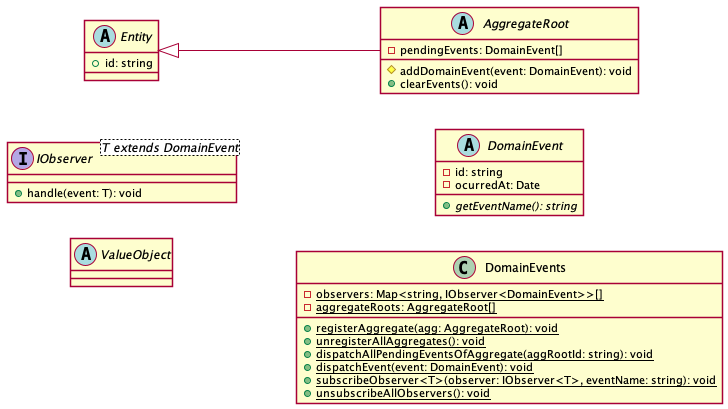
brpapa/lazarus keeps this PlantUML diagram as docs/diagrams/out/system_server_shared-module_domain.png. Above is the earlier version.
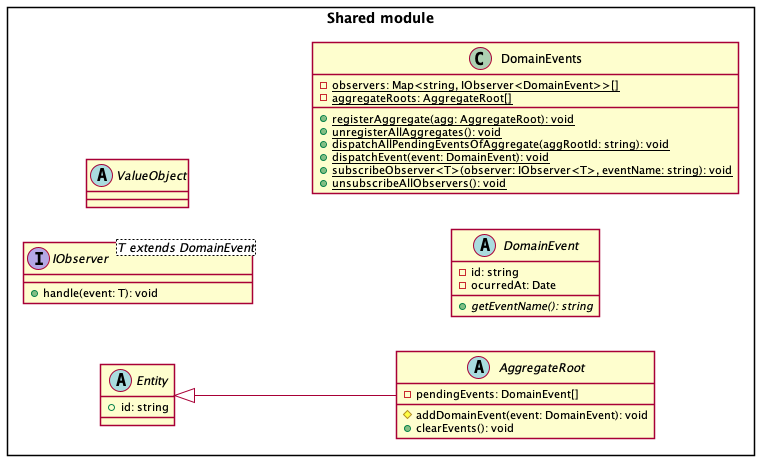
The same file after the commit.

What changed in the source:
```diff
@@ -5,32 +5,34 @@
 skinparam classAttributeIconSize 10
 skinparam shadowing false
 
-interface IObserver<T extends DomainEvent> {
-  + handle(event: T): void
-}
-abstract AggregateRoot extends Entity {
-  - pendingEvents: DomainEvent[]
-  # addDomainEvent(event: DomainEvent): void
-  + clearEvents(): void
-}
-abstract Entity {
-  + id: string
-}
-abstract ValueObject {}
-abstract DomainEvent {
-  - id: string
-  - ocurredAt: Date
-  {abstract} + getEventName(): string
-}
-class DomainEvents {
-  {static} - observers: Map<string, IObserver<DomainEvent>>[]
-  {static} - aggregateRoots: AggregateRoot[]
-  {static} + registerAggregate(agg: AggregateRoot): void
-  {static} + unregisterAllAggregates(): void
-  {static} + dispatchAllPendingEventsOfAggregate(aggRootId: string): void
-  {static} + dispatchEvent(event: DomainEvent): void
-  {static} + subscribeObserver<T>(observer: IObserver<T>, eventName: string): void
-  {static} + unsubscribeAllObservers(): void
+package "Shared module" <<Rectangle>> {
+  interface IObserver<T extends DomainEvent> {
+    + handle(event: T): void
+  }
+  abstract AggregateRoot extends Entity {
+    - pendingEvents: DomainEvent[]
+    # addDomainEvent(event: DomainEvent): void
+    + clearEvents(): void
+  }
+  abstract Entity {
+    + id: string
+  }
+  abstract ValueObject {}
+  abstract DomainEvent {
+    - id: string
+    - ocurredAt: Date
+    {abstract} + getEventName(): string
+  }
+  class DomainEvents {
+    {static} - observers: Map<string, IObserver<DomainEvent>>[]
+    {static} - aggregateRoots: AggregateRoot[]
+    {static} + registerAggregate(agg: AggregateRoot): void
+    {static} + unregisterAllAggregates(): void
+    {static} + dispatchAllPendingEventsOfAggregate(aggRootId: string): void
+    {static} + dispatchEvent(event: DomainEvent): void
+    {static} + subscribeObserver<T>(observer: IObserver<T>, eventName: string): void
+    {static} + unsubscribeAllObservers(): void
+  }
 }
 
 @enduml
```
